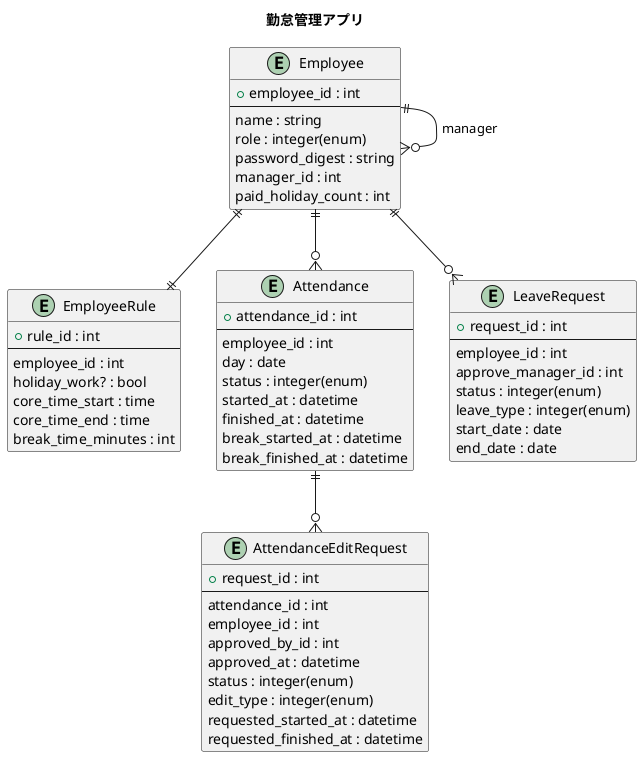
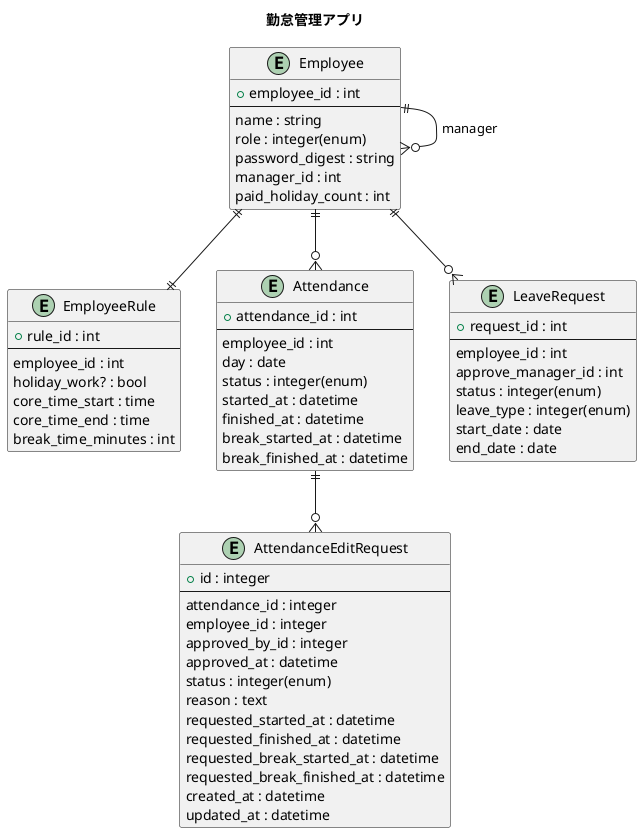
@startuml
title 勤怠管理アプリ

entity Employee {
  + employee_id : int
  --
  name : string
  role : integer(enum)
  password_digest : string
  manager_id : int
  paid_holiday_count : int
}
Employee ||--o{ Employee : manager

entity EmployeeRule {
  + rule_id : int
  --
  employee_id : int
  holiday_work? : bool
  core_time_start : time
  core_time_end : time
  break_time_minutes : int
}

Employee ||--||EmployeeRule

entity Attendance {
  + attendance_id : int
  --
  employee_id : int
  day : date
  status : integer(enum)
  started_at : datetime
  finished_at : datetime
  break_started_at : datetime
  break_finished_at : datetime
}

- entity AttendanceEditRequest{
-   + request_id : int
+ entity AttendanceEditRequest {
+   + id : integer
  --
-   attendance_id : int
-   employee_id : int
-   approved_by_id : int
+   attendance_id : integer
+   employee_id : integer
+   approved_by_id : integer
  approved_at : datetime
+   'edit_type : integer(enum)
  status : integer(enum)
-   edit_type : integer(enum)
+   reason : text
  requested_started_at : datetime
  requested_finished_at : datetime
+   requested_break_started_at : datetime
+   requested_break_finished_at : datetime
+   created_at : datetime
+   updated_at : datetime
}

entity LeaveRequest{
  + request_id : int
  --
  employee_id : int
  approve_manager_id : int
  status : integer(enum)
  leave_type : integer(enum)
  start_date : date
  end_date : date
}

Employee ||--o{ Attendance
Employee ||--o{ LeaveRequest
Attendance ||--o{ AttendanceEditRequest


@enduml